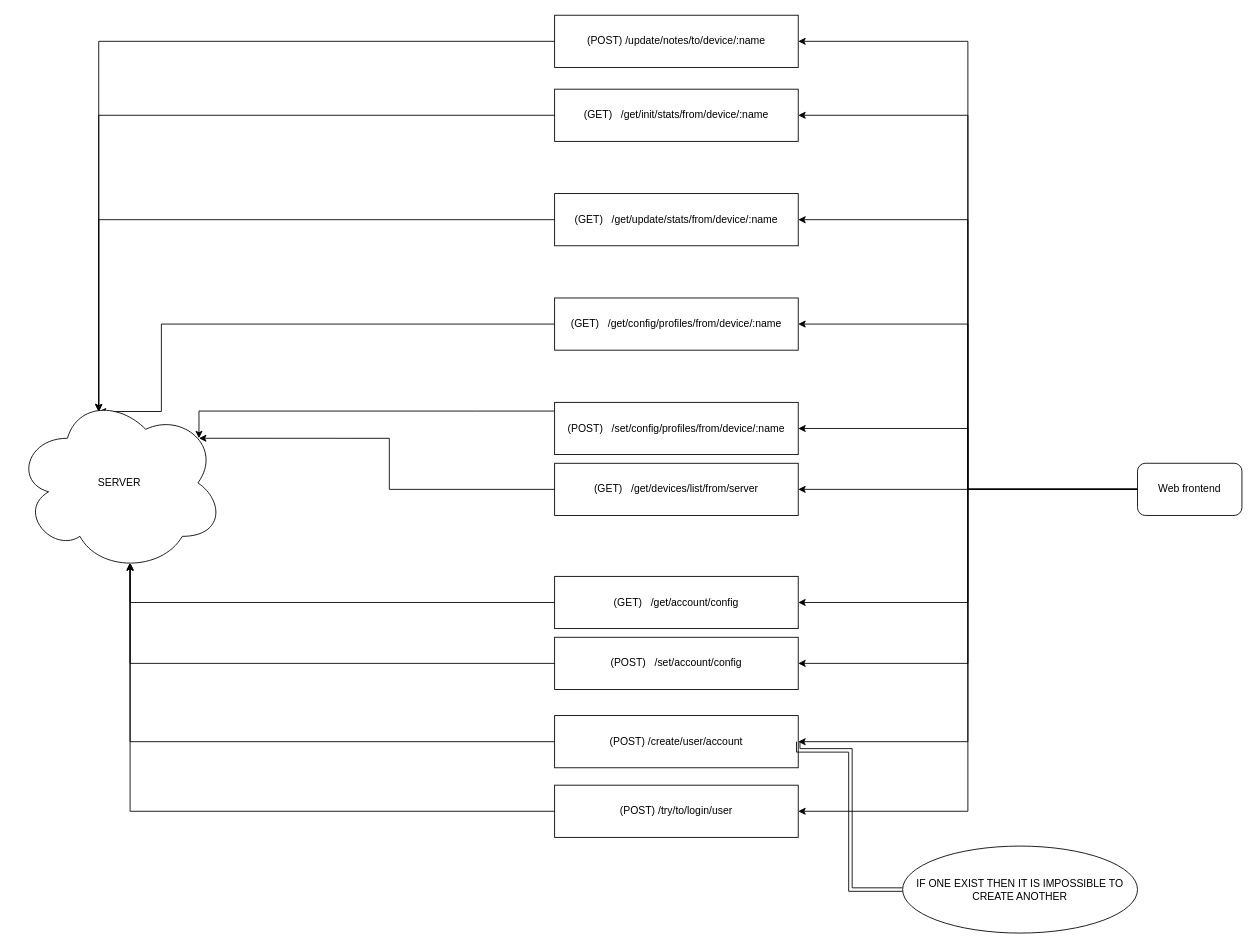
Earlier version of the draw.io diagram page "Endpoints" (4 of 4) of docs/models/Project.drawio (KhazAkar/ags). Source tidied: cells renumbered, new cells numbered last; positions are measured from the earlier drawing's top-left corner, leaving out a move shared by most shapes. Both pictures are drawn from the tidied source at 87%, with x=0, y=0 at pixel (15, 15).
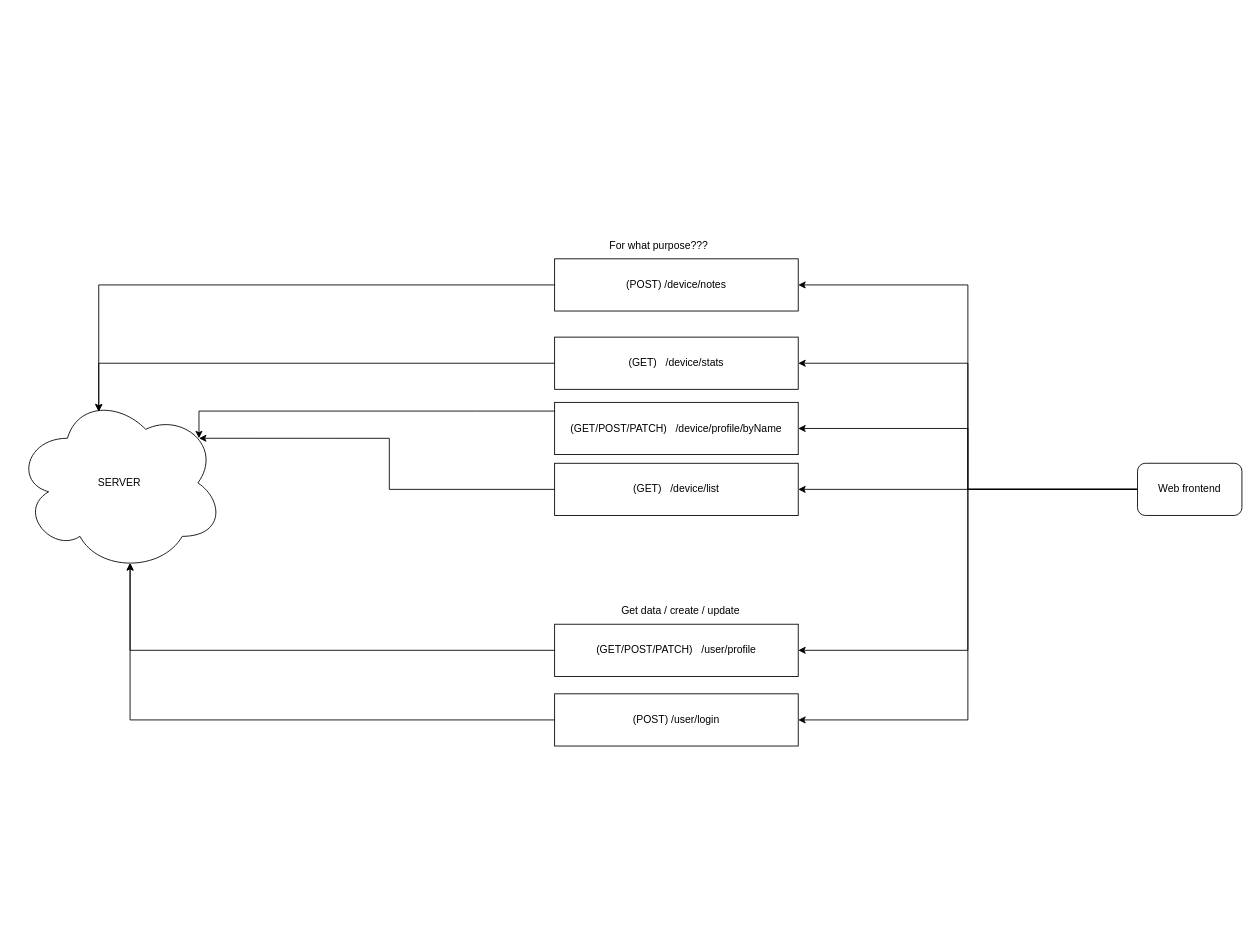
Above is the later version.

Commit message (it also covers changes not shown here):
arch: strip endpoints, add patch http method

Unchanged cells that the change refers to:
```xml
<mxCell id="14" value="SERVER" style="ellipse;shape=cloud;whiteSpace=wrap;html=1;" parent="1" vertex="1">
  <mxGeometry y="435" width="240" height="205" as="geometry" />
</mxCell>
<mxCell id="25" value="Web frontend" style="rounded=1;whiteSpace=wrap;html=1;" parent="1" vertex="1">
  <mxGeometry x="1290" y="515" width="120" height="60" as="geometry" />
</mxCell>
```

Change to the diagram source:
```diff
@@
-    <mxCell id="2" value="(GET)&amp;nbsp; &amp;nbsp;/get/init/stats/from/device/:name" style="rounded=0;whiteSpace=wrap;html=1;" parent="1" vertex="1">
-      <mxGeometry x="620" y="85" width="280" height="60" as="geometry" />
-    </mxCell>
-    <mxCell id="3" style="edgeStyle=orthogonalEdgeStyle;rounded=0;jettySize=auto;html=1;shadow=0;startArrow=none;startFill=0;entryX=0.4;entryY=0.1;entryDx=0;entryDy=0;entryPerimeter=0;" parent="1" edge="1" source="4" target="14">
-      <mxGeometry relative="1" as="geometry">
-        <Array as="points">
-          <mxPoint x="168" y="355" />
-        </Array>
-      </mxGeometry>
-    </mxCell>
-    <mxCell id="4" value="(GET)&amp;nbsp; &amp;nbsp;/get/config/profiles/from/device/:name" style="rounded=0;whiteSpace=wrap;html=1;" parent="1" vertex="1">
-      <mxGeometry x="620" y="325" width="280" height="60" as="geometry" />
-    </mxCell>
-    <mxCell id="5" value="(GET)&amp;nbsp; &amp;nbsp;/get/devices/list/from/server" style="rounded=0;whiteSpace=wrap;html=1;" parent="1" vertex="1">
+    <mxCell id="5" value="(GET)&amp;nbsp; &amp;nbsp;/device/list" style="rounded=0;whiteSpace=wrap;html=1;" parent="1" vertex="1">
       <mxGeometry x="620" y="515" width="280" height="60" as="geometry" />
     </mxCell>
-    <mxCell id="6" value="(GET)&amp;nbsp; &amp;nbsp;/get/update/stats/from/device/:name" style="rounded=0;whiteSpace=wrap;html=1;" parent="1" vertex="1">
-      <mxGeometry x="620" y="205" width="280" height="60" as="geometry" />
+    <mxCell id="6" value="(GET)&amp;nbsp; &amp;nbsp;/device/stats" style="rounded=0;whiteSpace=wrap;html=1;" parent="1" vertex="1">
+      <mxGeometry x="620" y="370" width="280" height="60" as="geometry" />
     </mxCell>
-    <mxCell id="7" value="(GET)&amp;nbsp; &amp;nbsp;/get/account/config" style="rounded=0;whiteSpace=wrap;html=1;" parent="1" vertex="1">
-      <mxGeometry x="620" y="645" width="280" height="60" as="geometry" />
-    </mxCell>
-    <mxCell id="8" value="(POST)&amp;nbsp; &amp;nbsp;/set&lt;span style=&quot;background-color: initial;&quot;&gt;/account/config&lt;/span&gt;" style="rounded=0;whiteSpace=wrap;html=1;" parent="1" vertex="1">
-      <mxGeometry x="620" y="715" width="280" height="60" as="geometry" />
+    <mxCell id="8" value="(GET/POST/PATCH)&amp;nbsp; &amp;nbsp;/user/profile" style="rounded=0;whiteSpace=wrap;html=1;" parent="1" vertex="1">
+      <mxGeometry x="620" y="700" width="280" height="60" as="geometry" />
     </mxCell>
-    <mxCell id="9" value="(POST)&amp;nbsp; &amp;nbsp;/set&lt;span style=&quot;background-color: initial;&quot;&gt;/config/profiles/from/device/:name&lt;/span&gt;" style="rounded=0;whiteSpace=wrap;html=1;" parent="1" vertex="1">
+    <mxCell id="9" value="(GET/POST/PATCH)&amp;nbsp; &amp;nbsp;/device/profile/byName" style="rounded=0;whiteSpace=wrap;html=1;" parent="1" vertex="1">
       <mxGeometry x="620" y="445" width="280" height="60" as="geometry" />
     </mxCell>
-    <mxCell id="10" value="(POST) /create/user/account" style="rounded=0;whiteSpace=wrap;html=1;" parent="1" vertex="1">
-      <mxGeometry x="620" y="805" width="280" height="60" as="geometry" />
-    </mxCell>
-    <mxCell id="11" value="(POST) /try/to/login/user" style="rounded=0;whiteSpace=wrap;html=1;" parent="1" vertex="1">
-      <mxGeometry x="620" y="885" width="280" height="60" as="geometry" />
+    <mxCell id="11" value="(POST) /user/login" style="rounded=0;whiteSpace=wrap;html=1;" parent="1" vertex="1">
+      <mxGeometry x="620" y="780" width="280" height="60" as="geometry" />
     </mxCell>
-    <mxCell id="12" style="edgeStyle=orthogonalEdgeStyle;rounded=0;jettySize=auto;html=1;entryX=1;entryY=0.5;entryDx=0;entryDy=0;endArrow=oval;endFill=1;startArrow=oval;startFill=1;shape=link;" parent="1" edge="1" source="13" target="10">
-      <mxGeometry relative="1" as="geometry">
-        <Array as="points">
-          <mxPoint x="960" y="1005" />
-          <mxPoint x="960" y="845" />
-          <mxPoint x="900" y="845" />
-        </Array>
-      </mxGeometry>
-    </mxCell>
-    <mxCell id="13" value="IF ONE EXIST THEN IT IS IMPOSSIBLE TO CREATE ANOTHER" style="ellipse;whiteSpace=wrap;html=1;" parent="1" vertex="1">
-      <mxGeometry x="1020" y="955" width="270" height="100" as="geometry" />
-    </mxCell>
@@
-    <mxCell id="15" style="edgeStyle=orthogonalEdgeStyle;rounded=0;jettySize=auto;html=1;entryX=1;entryY=0.5;entryDx=0;entryDy=0;" parent="1" edge="1" source="25" target="2">
-      <mxGeometry relative="1" as="geometry" />
-    </mxCell>
@@
-    <mxCell id="17" style="edgeStyle=orthogonalEdgeStyle;rounded=0;jettySize=auto;html=1;entryX=1;entryY=0.5;entryDx=0;entryDy=0;" parent="1" edge="1" source="25" target="4">
-      <mxGeometry relative="1" as="geometry" />
-    </mxCell>
@@
-    <mxCell id="20" style="edgeStyle=orthogonalEdgeStyle;rounded=0;jettySize=auto;html=1;entryX=1;entryY=0.5;entryDx=0;entryDy=0;" parent="1" edge="1" source="25" target="7">
-      <mxGeometry relative="1" as="geometry" />
-    </mxCell>
@@
-    <mxCell id="22" style="edgeStyle=orthogonalEdgeStyle;rounded=0;jettySize=auto;html=1;entryX=1;entryY=0.5;entryDx=0;entryDy=0;" parent="1" edge="1" source="25" target="10">
-      <mxGeometry relative="1" as="geometry" />
-    </mxCell>
@@
-    <mxCell id="26" style="edgeStyle=orthogonalEdgeStyle;rounded=0;jettySize=auto;html=1;entryX=0.4;entryY=0.1;entryDx=0;entryDy=0;entryPerimeter=0;shadow=0;startArrow=none;startFill=0;" parent="1" edge="1" source="2" target="14">
-      <mxGeometry relative="1" as="geometry" />
-    </mxCell>
@@
-    <mxCell id="30" style="edgeStyle=orthogonalEdgeStyle;rounded=0;jettySize=auto;html=1;entryX=0.55;entryY=0.95;entryDx=0;entryDy=0;entryPerimeter=0;shadow=0;startArrow=none;startFill=0;" parent="1" edge="1" source="7" target="14">
-      <mxGeometry relative="1" as="geometry" />
-    </mxCell>
@@
-    <mxCell id="32" style="edgeStyle=orthogonalEdgeStyle;rounded=0;jettySize=auto;html=1;entryX=0.55;entryY=0.95;entryDx=0;entryDy=0;entryPerimeter=0;shadow=0;startArrow=none;startFill=0;" parent="1" edge="1" source="10" target="14">
-      <mxGeometry relative="1" as="geometry" />
-    </mxCell>
@@
-    <mxCell id="34" value="(POST) /update/notes/to/device/:name" style="rounded=0;whiteSpace=wrap;html=1;" parent="1" vertex="1">
-      <mxGeometry x="620" width="280" height="60" as="geometry" />
+    <mxCell id="34" value="(POST) /device/notes" style="rounded=0;whiteSpace=wrap;html=1;" parent="1" vertex="1">
+      <mxGeometry x="620" y="280" width="280" height="60" as="geometry" />
     </mxCell>
@@
+    <mxCell id="36" value="For what purpose???" style="text;html=1;align=center;verticalAlign=middle;whiteSpace=wrap;rounded=0;" parent="1" vertex="1">
+      <mxGeometry x="670" y="250" width="140" height="30" as="geometry" />
+    </mxCell>
+    <mxCell id="37" value="Get data / create / update" style="text;html=1;align=center;verticalAlign=middle;whiteSpace=wrap;rounded=0;" parent="1" vertex="1">
+      <mxGeometry x="690" y="670" width="150" height="30" as="geometry" />
+    </mxCell>
```
